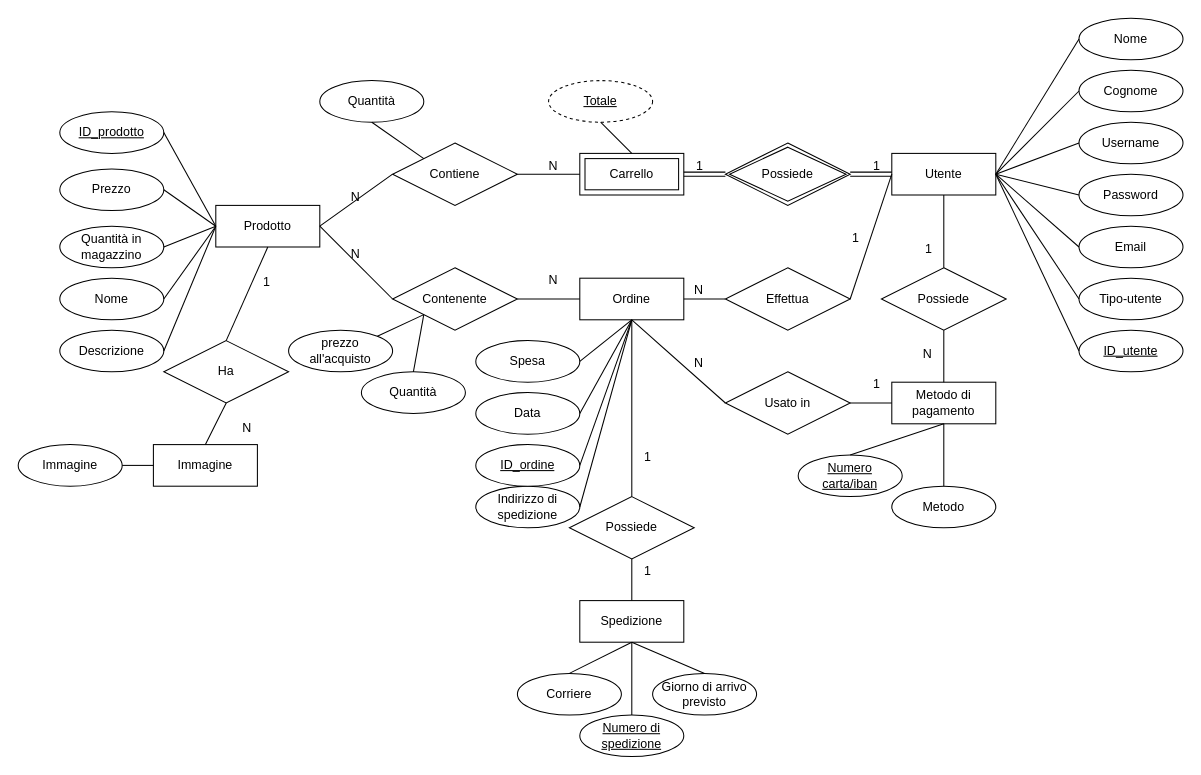
This is BD/GourmetSpices.drawio from superfra01/GourmetSpices, a draw.io file, before an edit. Source tidied: cells renumbered, new cells numbered last; positions are measured from the earlier drawing's top-left corner, leaving out a move shared by most shapes. Both pictures are drawn from the tidied source at 104%, with x=0, y=0 at pixel (18, 18).
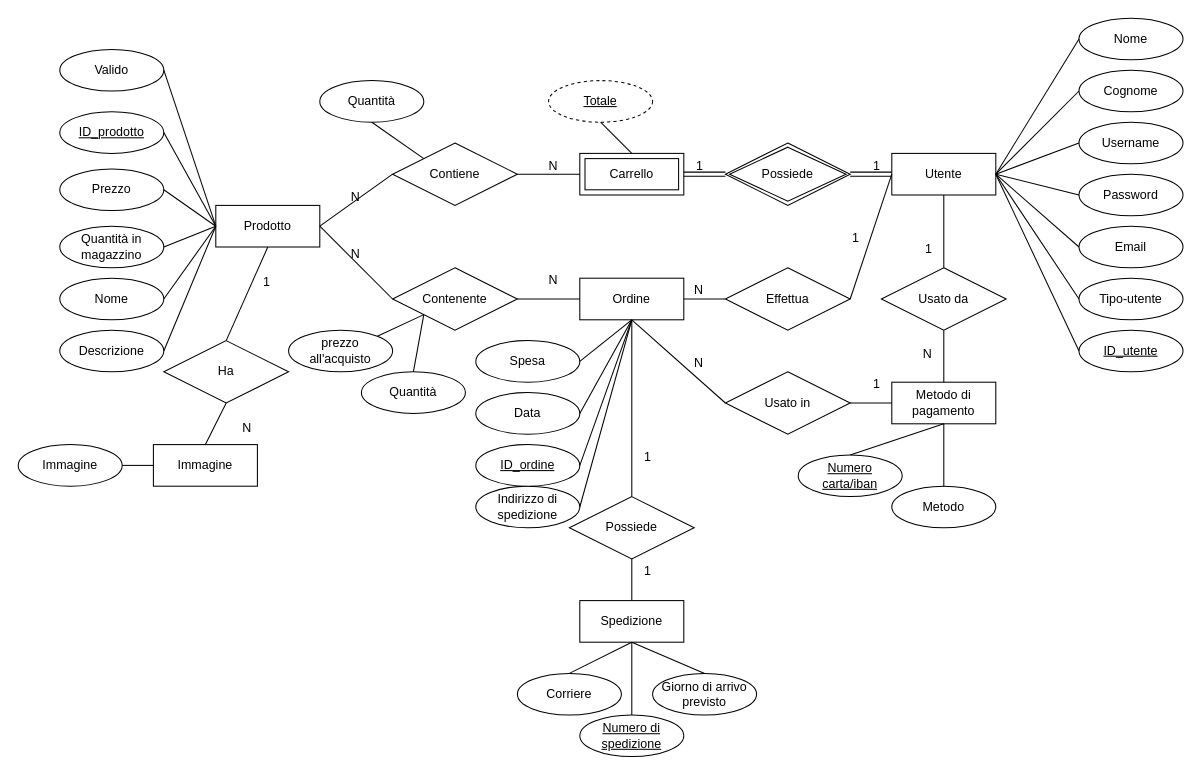
Above is the later version.

The change refers to these unchanged cells:
```xml
<mxCell id="14" value="Prodotto" style="whiteSpace=wrap;html=1;align=center;" parent="1" vertex="1">
  <mxGeometry x="190" y="180" width="100" height="40" as="geometry" />
</mxCell>
```

The edit, as a diff of the source:
```diff
@@
-    <mxCell id="38" value="Possiede" style="shape=rhombus;perimeter=rhombusPerimeter;whiteSpace=wrap;html=1;align=center;" parent="1" vertex="1">
+    <mxCell id="38" value="Usato da" style="shape=rhombus;perimeter=rhombusPerimeter;whiteSpace=wrap;html=1;align=center;" parent="1" vertex="1">
       <mxGeometry x="830" y="240" width="120" height="60" as="geometry" />
     </mxCell>
@@
+    <mxCell id="101" value="Valido" style="ellipse;whiteSpace=wrap;html=1;align=center;" parent="1" vertex="1">
+      <mxGeometry x="40" y="30" width="100" height="40" as="geometry" />
+    </mxCell>
+    <mxCell id="102" style="endArrow=none;html=1;rounded=0;exitX=1;exitY=0.5;exitDx=0;exitDy=0;entryX=0;entryY=0.5;entryDx=0;entryDy=0;" parent="1" edge="1" source="101" target="14">
+      <mxGeometry relative="1" as="geometry" />
+    </mxCell>
```
